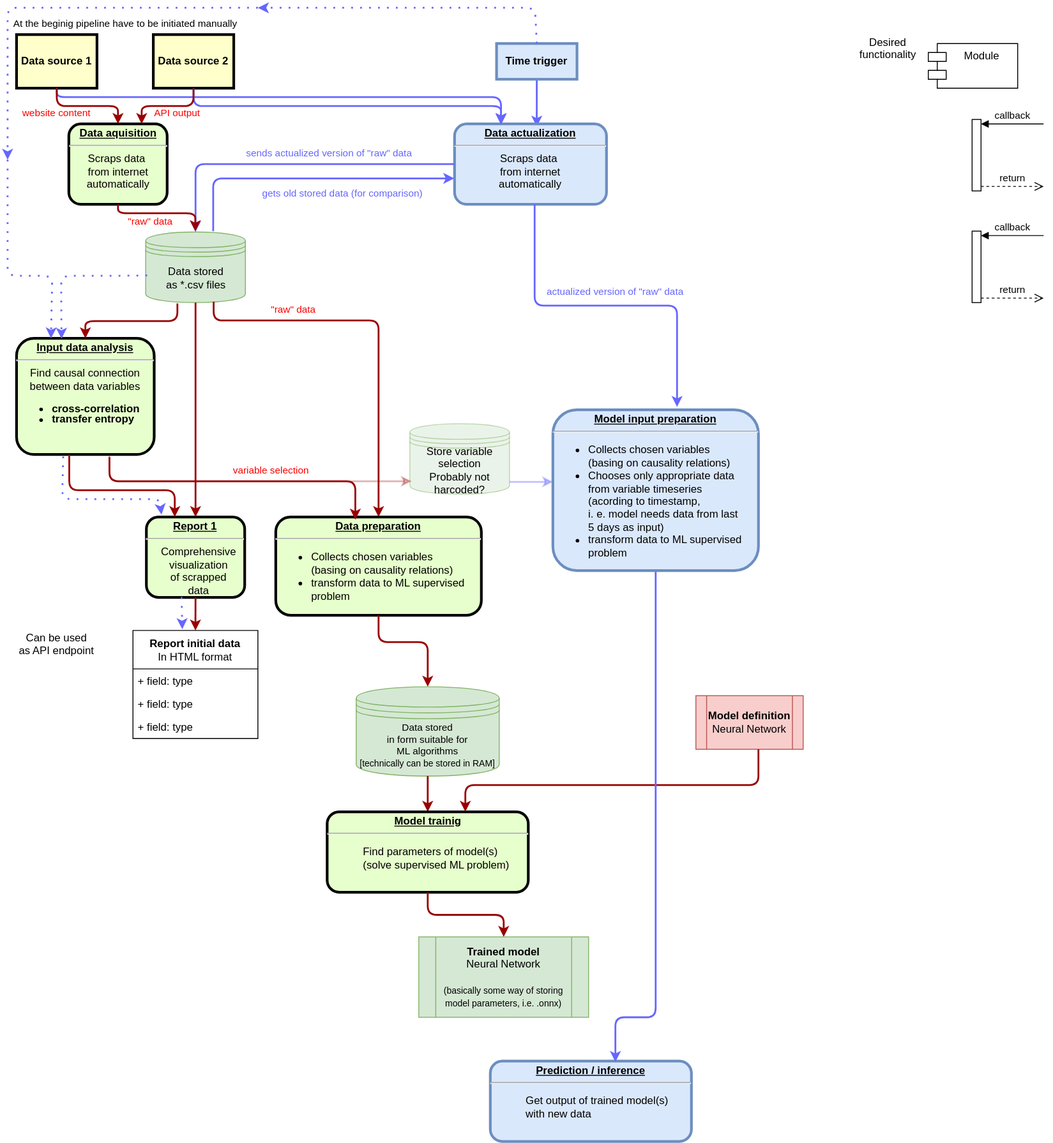
This is readme/Kopia Diagram bez tytułu.drawio.svg from KKobuszewski/aluminium-prediction, a draw.io export, as it was before one commit. Source tidied: cells renumbered, new cells last; positions are measured from the earlier drawing's top-left corner, leaving out a move shared by most shapes.
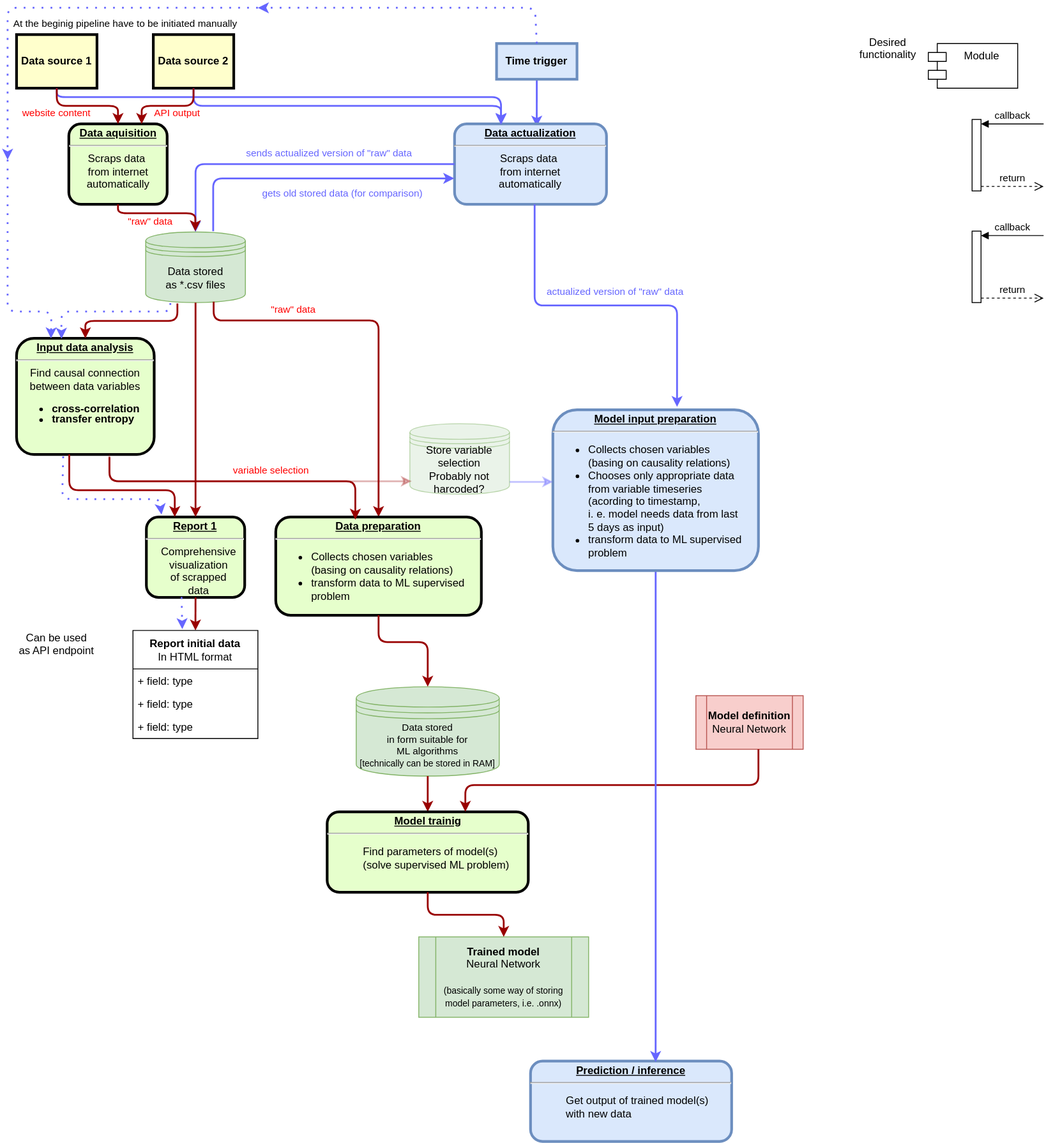
Later version of the same file.

What changed in the source:
```diff
@@ -165,7 +165,7 @@
       <mxGeometry relative="1" as="geometry" />
     </mxCell>
     <mxCell id="43" value="&lt;p style=&quot;margin: 0px; margin-top: 4px; text-align: center; text-decoration: underline;&quot;&gt;&lt;strong&gt;Prediction / inference&lt;br&gt;&lt;/strong&gt;&lt;/p&gt;&lt;hr&gt;&lt;blockquote&gt;&lt;div align=&quot;left&quot;&gt;&lt;span style=&quot;font-weight: normal;&quot;&gt;Get output of trained model(s)&lt;/span&gt;&lt;/div&gt;&lt;div align=&quot;left&quot;&gt;&lt;span style=&quot;font-weight: normal;&quot;&gt;with new data&lt;br&gt;&lt;/span&gt;&lt;/div&gt;&lt;/blockquote&gt;" style="verticalAlign=middle;align=center;overflow=fill;fontSize=12;fontFamily=Helvetica;html=1;rounded=1;fontStyle=1;strokeWidth=3;fillColor=#dae8fc;strokeColor=#6c8ebf;" parent="1" vertex="1">
-      <mxGeometry x="540" y="1179" width="225" height="90" as="geometry" />
+      <mxGeometry x="585" y="1179" width="225" height="90" as="geometry" />
     </mxCell>
     <mxCell id="44" style="edgeStyle=elbowEdgeStyle;elbow=vertical;strokeColor=#6666FF;strokeWidth=2;entryX=0.622;entryY=0.011;entryDx=0;entryDy=0;entryPerimeter=0;exitX=0.5;exitY=1;exitDx=0;exitDy=0;" parent="1" edge="1" source="60" target="43">
       <mxGeometry relative="1" as="geometry">
@@ -249,16 +249,16 @@
         <mxPoint y="170" as="sourcePoint" />
         <Array as="points">
           <mxPoint y="300" />
-          <mxPoint x="50" y="300" />
+          <mxPoint y="340" />
+          <mxPoint x="49" y="340" />
         </Array>
       </mxGeometry>
     </mxCell>
-    <mxCell id="59" style="edgeStyle=none;noEdgeStyle=1;strokeColor=#6666FF;strokeWidth=2;dashed=1;dashPattern=1 4;entryX=0.327;entryY=0.004;entryDx=0;entryDy=0;entryPerimeter=0;exitX=0.015;exitY=0.616;exitDx=0;exitDy=0;exitPerimeter=0;" parent="1" edge="1" source="13" target="27">
+    <mxCell id="59" style="edgeStyle=none;noEdgeStyle=1;strokeColor=#6666FF;strokeWidth=2;dashed=1;dashPattern=1 4;entryX=0.327;entryY=0.004;entryDx=0;entryDy=0;entryPerimeter=0;exitX=0.247;exitY=1.008;exitDx=0;exitDy=0;exitPerimeter=0;" parent="1" edge="1" source="13" target="27">
       <mxGeometry relative="1" as="geometry">
         <Array as="points">
-          <mxPoint x="120" y="300" />
-          <mxPoint x="60" y="300" />
-          <mxPoint x="60" y="330" />
+          <mxPoint x="182" y="340" />
+          <mxPoint x="60" y="340" />
         </Array>
       </mxGeometry>
     </mxCell>
```
